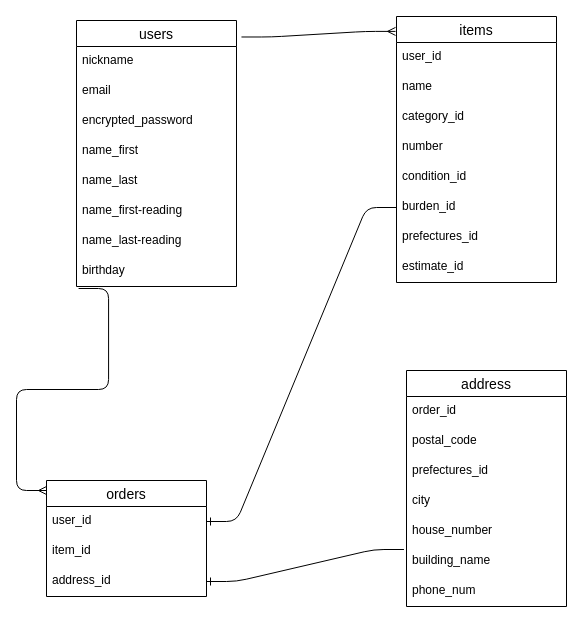
This is readme.dio from befu12/furima-40409, a draw.io file, before an edit. Source tidied: cells renumbered, new cells numbered last; positions are measured from the earlier drawing's top-left corner, leaving out a move shared by most shapes. Both pictures are drawn from the tidied source at 100%, with x=0, y=0 at pixel (46, 16).
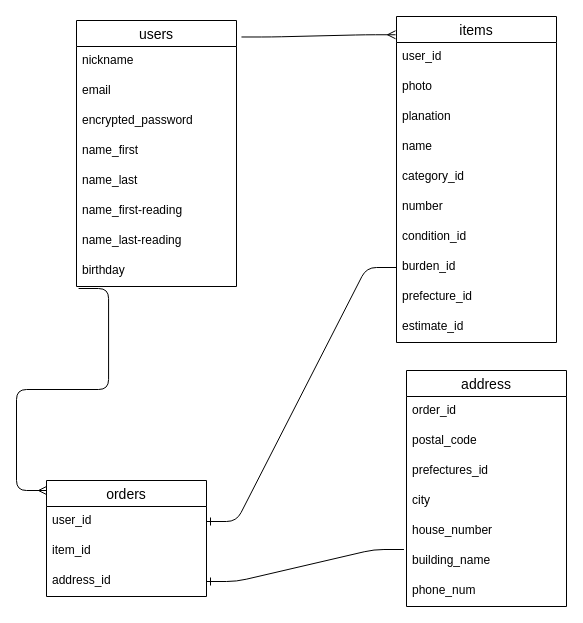
After the change.

Commit message (it also covers changes not shown here):
再々度、カラム名やアソシエーションの修正

Change to the diagram source:
```diff
@@
     <mxCell id="2" value="items" style="swimlane;fontStyle=0;horizontal=1;startSize=26;align=center;fontSize=14;" parent="1" vertex="1">
-      <mxGeometry x="350" width="160" height="266" as="geometry" />
+      <mxGeometry x="350" width="160" height="326" as="geometry" />
     </mxCell>
@@
+    <mxCell id="36" value="photo" style="text;strokeColor=none;fillColor=none;spacingLeft=4;spacingRight=4;overflow=hidden;fontSize=12;" parent="2" vertex="1">
+      <mxGeometry y="56" width="160" height="30" as="geometry" />
+    </mxCell>
+    <mxCell id="37" value="planation" style="text;strokeColor=none;fillColor=none;spacingLeft=4;spacingRight=4;overflow=hidden;fontSize=12;" parent="2" vertex="1">
+      <mxGeometry y="86" width="160" height="30" as="geometry" />
+    </mxCell>
     <mxCell id="4" value="name" style="text;strokeColor=none;fillColor=none;spacingLeft=4;spacingRight=4;overflow=hidden;fontSize=12;" parent="2" vertex="1">
-      <mxGeometry y="56" width="160" height="30" as="geometry" />
+      <mxGeometry y="116" width="160" height="30" as="geometry" />
     </mxCell>
     <mxCell id="5" value="category_id" style="text;strokeColor=none;fillColor=none;spacingLeft=4;spacingRight=4;overflow=hidden;fontSize=12;" parent="2" vertex="1">
-      <mxGeometry y="86" width="160" height="30" as="geometry" />
+      <mxGeometry y="146" width="160" height="30" as="geometry" />
     </mxCell>
     <mxCell id="6" value="number" style="text;strokeColor=none;fillColor=none;spacingLeft=4;spacingRight=4;overflow=hidden;fontSize=12;html=0;" parent="2" vertex="1">
-      <mxGeometry y="116" width="160" height="30" as="geometry" />
+      <mxGeometry y="176" width="160" height="30" as="geometry" />
     </mxCell>
     <mxCell id="7" value="condition_id" style="text;strokeColor=none;fillColor=none;spacingLeft=4;spacingRight=4;overflow=hidden;fontSize=12;html=0;" parent="2" vertex="1">
-      <mxGeometry y="146" width="160" height="30" as="geometry" />
+      <mxGeometry y="206" width="160" height="30" as="geometry" />
     </mxCell>
     <mxCell id="8" value="burden_id" style="text;strokeColor=none;fillColor=none;spacingLeft=4;spacingRight=4;overflow=hidden;points=[[0,0.5],[1,0.5]];portConstraint=eastwest;fontSize=12;html=0;" parent="2" vertex="1">
-      <mxGeometry y="176" width="160" height="30" as="geometry" />
+      <mxGeometry y="236" width="160" height="30" as="geometry" />
     </mxCell>
-    <mxCell id="9" value="prefectures_id" style="text;strokeColor=none;fillColor=none;spacingLeft=4;spacingRight=4;overflow=hidden;fontSize=12;html=0;" parent="2" vertex="1">
-      <mxGeometry y="206" width="160" height="30" as="geometry" />
+    <mxCell id="9" value="prefecture_id" style="text;strokeColor=none;fillColor=none;spacingLeft=4;spacingRight=4;overflow=hidden;fontSize=12;html=0;" parent="2" vertex="1">
+      <mxGeometry y="266" width="160" height="30" as="geometry" />
     </mxCell>
     <mxCell id="10" value="estimate_id" style="text;strokeColor=none;fillColor=none;spacingLeft=4;spacingRight=4;overflow=hidden;fontSize=12;html=0;" parent="2" vertex="1">
-      <mxGeometry y="236" width="160" height="30" as="geometry" />
+      <mxGeometry y="296" width="160" height="30" as="geometry" />
     </mxCell>
```
